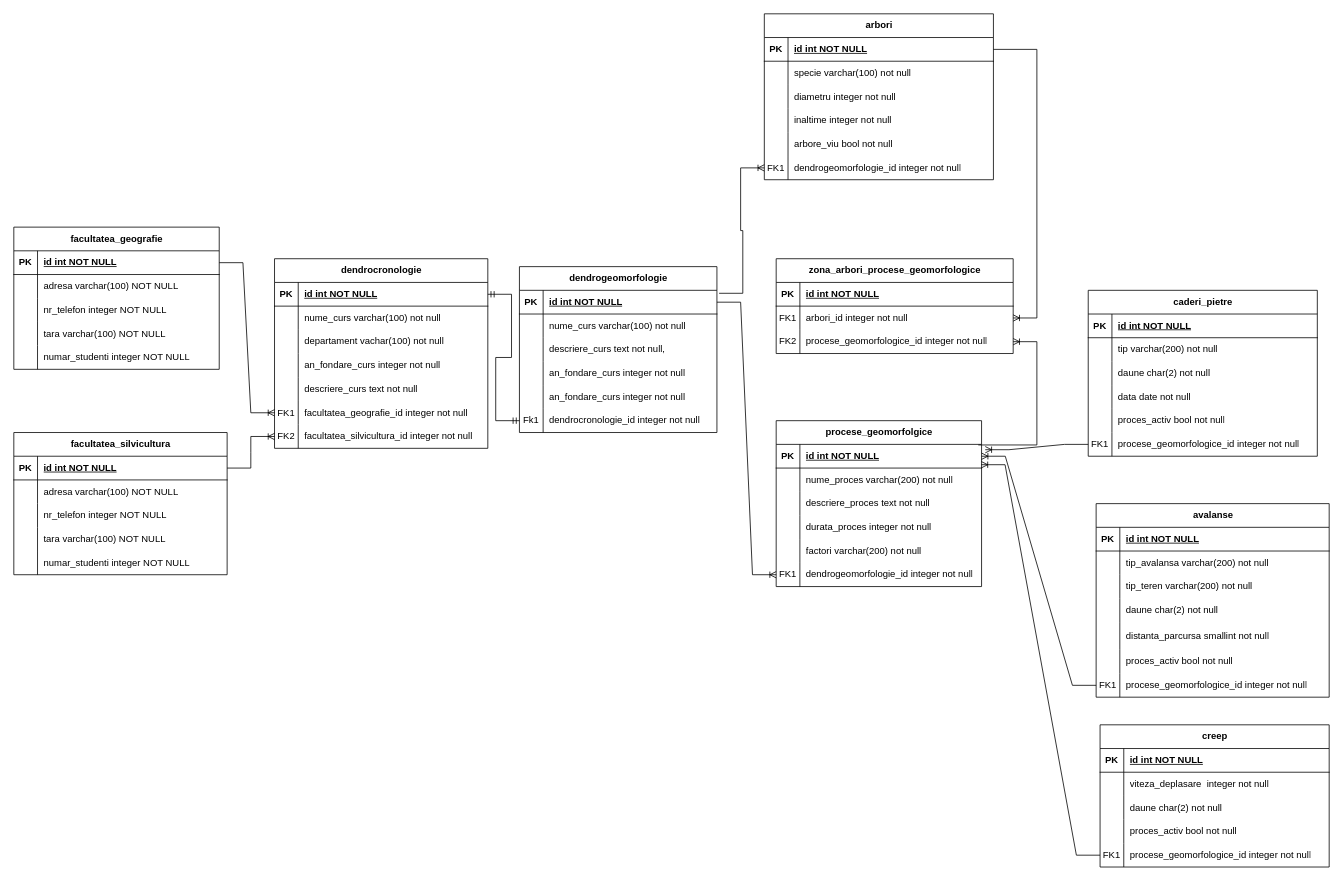
The draw.io diagram model_conceptual.drawio in cristian19122001/examen_sem_1_db, before the edit. Source tidied: cells renumbered, new cells numbered last; positions are measured from the earlier drawing's top-left corner, leaving out a move shared by most shapes. Both pictures are drawn from the tidied source at 79%, with x=0, y=0 at pixel (13, 13).
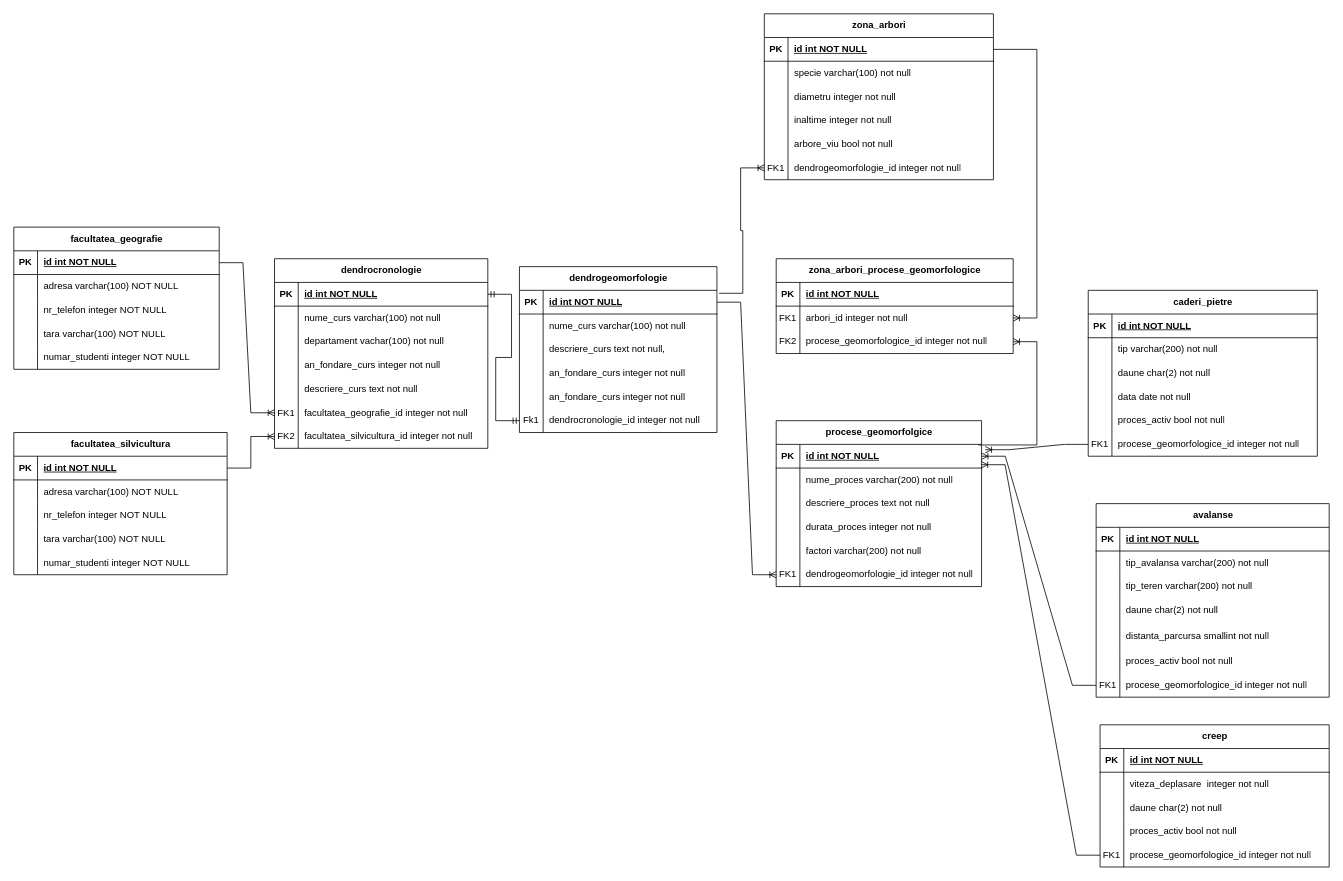
Above is the later version.

Diff of the diagram source:
```diff
@@
-    <mxCell id="34" value="arbori" style="shape=table;startSize=30;childLayout=tableLayout;rowLines=0;fontStyle=1;align=center;html=1;" parent="1" vertex="1">
+    <mxCell id="34" value="zona_arbori" style="shape=table;startSize=30;childLayout=tableLayout;rowLines=0;fontStyle=1;align=center;html=1;" parent="1" vertex="1">
       <mxGeometry x="950" width="290" height="210" as="geometry" />
     </mxCell>
```
